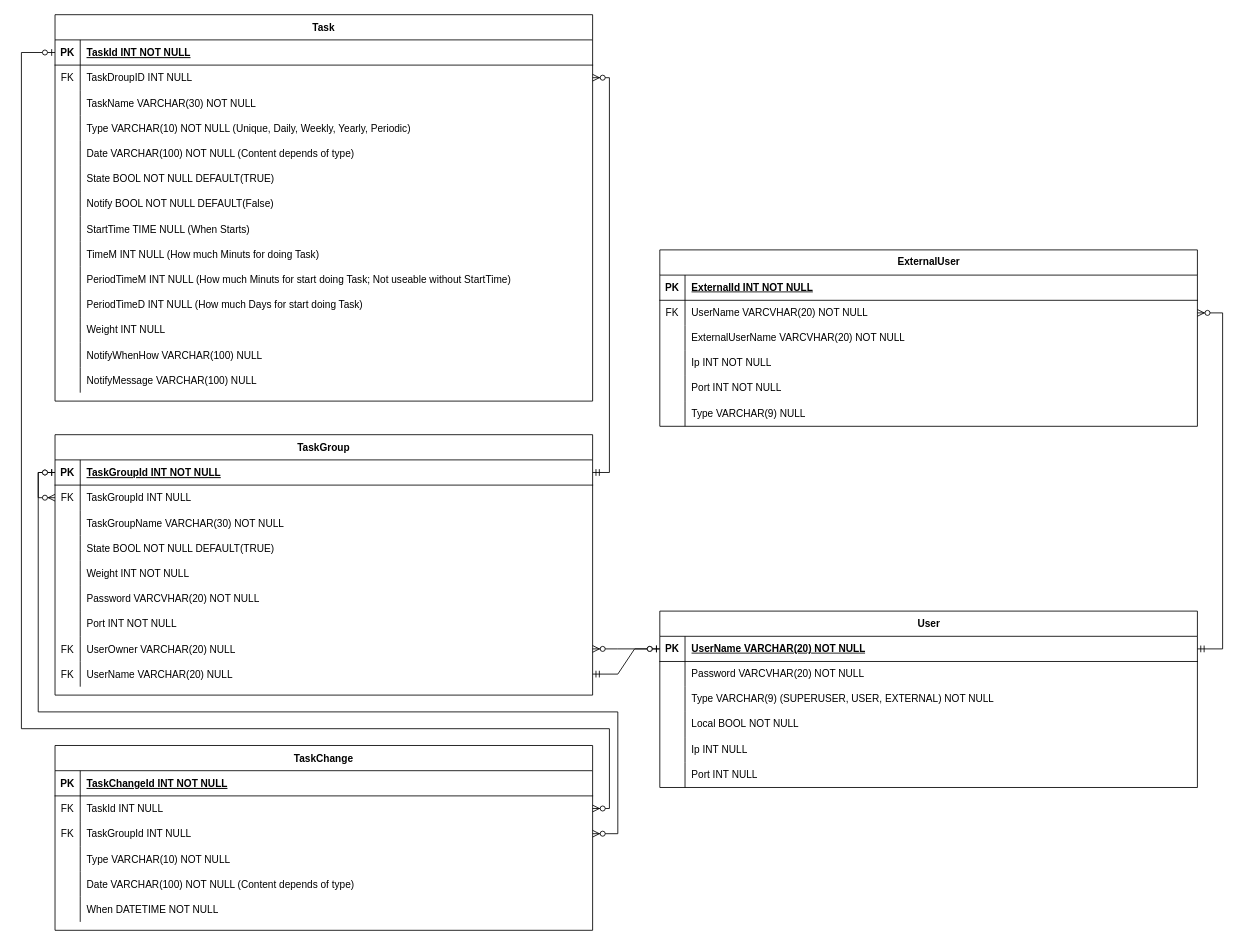
The draw.io diagram DiseñoBaseDeDatos.drawio in Gosha1030/ProyectoIntermodularGeorgii, before the edit. Source tidied: cells renumbered, new cells numbered last; positions are measured from the earlier drawing's top-left corner, leaving out a move shared by most shapes. Both pictures are drawn from the tidied source at 84%, with x=0, y=0 at pixel (21, 14).
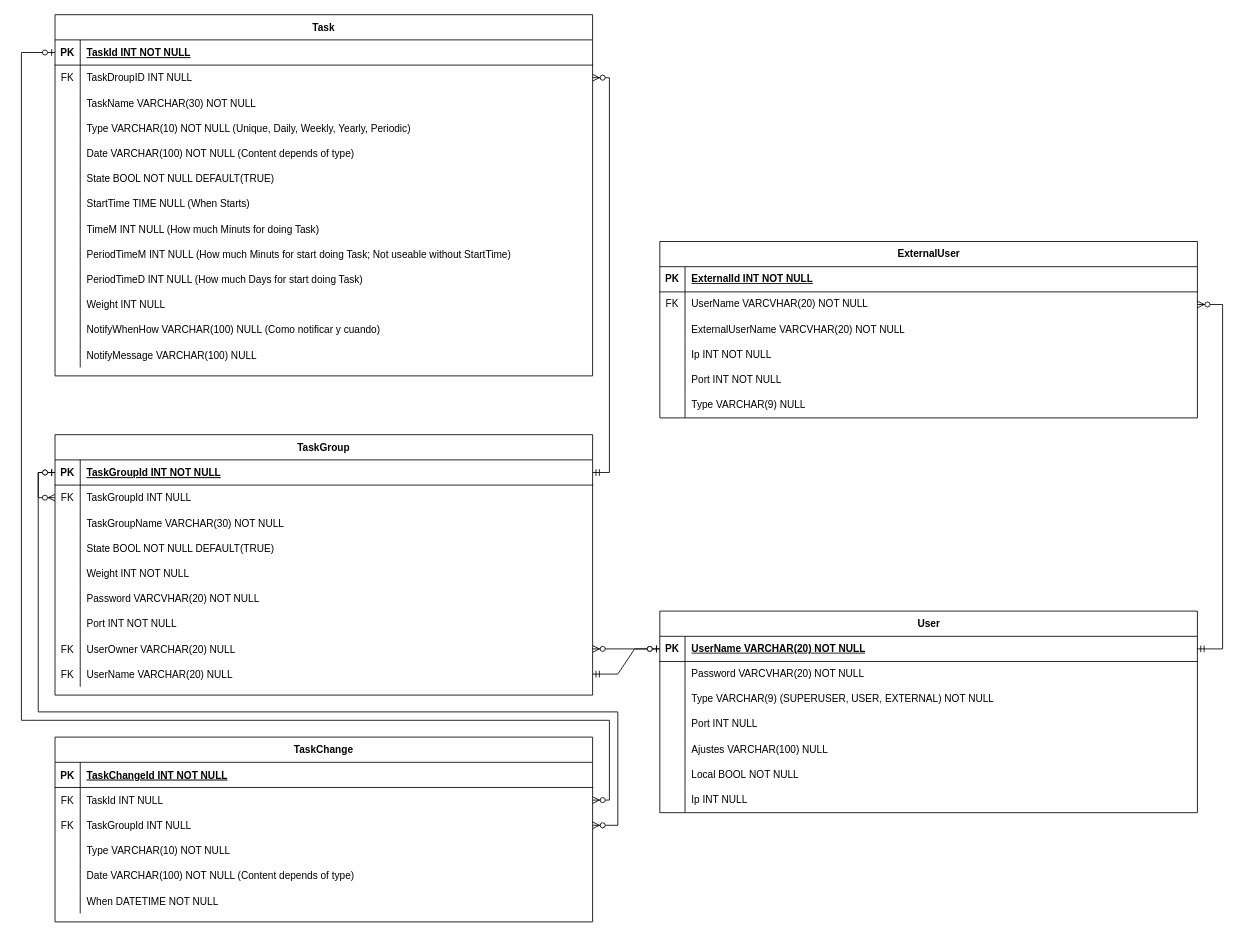
After the change.

Unchanged cells that the change refers to:
```xml
<mxCell id="3" style="shape=partialRectangle;fillColor=none;points=[[0,0.5],[1,0.5]];portConstraint=eastwest;top=0;left=0;right=0;bottom=1;" parent="2" vertex="1">
  <mxGeometry y="30" width="640" height="30" as="geometry" />
</mxCell>
<mxCell id="35" style="shape=partialRectangle;fillColor=none;points=[[0,0.5],[1,0.5]];portConstraint=eastwest;top=0;left=0;right=0;bottom=0;" parent="31" vertex="1">
  <mxGeometry y="60" width="640" height="30" as="geometry" />
</mxCell>
<mxCell id="38" style="shape=partialRectangle;fillColor=none;points=[[0,0.5],[1,0.5]];portConstraint=eastwest;top=0;left=0;right=0;bottom=0;" parent="31" vertex="1">
  <mxGeometry y="90" width="640" height="30" as="geometry" />
</mxCell>
<mxCell id="51" style="shape=partialRectangle;fillColor=none;points=[[0,0.5],[1,0.5]];portConstraint=eastwest;top=0;left=0;right=0;bottom=1;" parent="50" vertex="1">
  <mxGeometry y="30" width="640" height="30" as="geometry" />
</mxCell>
```

The edit, as a diff of the source:
```diff
@@
     <mxCell id="31" value="TaskChange" style="shape=table;startSize=30;childLayout=tableLayout;rowLines=0;fontStyle=1;align=center;" parent="1" vertex="1">
-      <mxGeometry x="40" y="870" width="640" height="220" as="geometry" />
+      <mxGeometry x="40" y="860" width="640" height="220" as="geometry" />
     </mxCell>
@@
     <mxCell id="50" value="Task" style="shape=table;startSize=30;childLayout=tableLayout;rowLines=0;fontStyle=1;align=center;" parent="1" vertex="1">
-      <mxGeometry x="40" width="640" height="460" as="geometry" />
+      <mxGeometry x="40" width="640" height="430" as="geometry" />
     </mxCell>
@@
-    <mxCell id="69" style="shape=partialRectangle;fillColor=none;top=0;left=0;right=0;bottom=0;" parent="50" vertex="1">
-      <mxGeometry y="210" width="640" height="30" as="geometry" />
-    </mxCell>
-    <mxCell id="70" style="shape=partialRectangle;overflow=hidden;fillColor=none;top=0;left=0;bottom=0;right=0;" parent="69" vertex="1">
-      <mxGeometry width="30" height="30" as="geometry" />
-    </mxCell>
-    <mxCell id="71" value="Notify BOOL NOT NULL DEFAULT(False)" style="shape=partialRectangle;overflow=hidden;fillColor=none;top=0;left=0;bottom=0;right=0;align=left;spacingLeft=6;" parent="69" vertex="1">
-      <mxGeometry x="30" width="610" height="30" as="geometry" />
-    </mxCell>
     <mxCell id="72" style="shape=partialRectangle;fillColor=none;top=0;left=0;right=0;bottom=0;" parent="50" vertex="1">
-      <mxGeometry y="240" width="640" height="30" as="geometry" />
+      <mxGeometry y="210" width="640" height="30" as="geometry" />
     </mxCell>
@@
     <mxCell id="75" style="shape=partialRectangle;fillColor=none;top=0;left=0;right=0;bottom=0;" parent="50" vertex="1">
-      <mxGeometry y="270" width="640" height="30" as="geometry" />
+      <mxGeometry y="240" width="640" height="30" as="geometry" />
     </mxCell>
@@
     <mxCell id="78" style="shape=partialRectangle;fillColor=none;top=0;left=0;right=0;bottom=0;" parent="50" vertex="1">
-      <mxGeometry y="300" width="640" height="30" as="geometry" />
+      <mxGeometry y="270" width="640" height="30" as="geometry" />
     </mxCell>
@@
     <mxCell id="81" style="shape=partialRectangle;fillColor=none;top=0;left=0;right=0;bottom=0;" parent="50" vertex="1">
-      <mxGeometry y="330" width="640" height="30" as="geometry" />
+      <mxGeometry y="300" width="640" height="30" as="geometry" />
     </mxCell>
@@
     <mxCell id="84" style="shape=partialRectangle;fillColor=none;top=0;left=0;right=0;bottom=0;" parent="50" vertex="1">
-      <mxGeometry y="360" width="640" height="30" as="geometry" />
+      <mxGeometry y="330" width="640" height="30" as="geometry" />
     </mxCell>
@@
     <mxCell id="87" style="shape=partialRectangle;fillColor=none;top=0;left=0;right=0;bottom=0;" parent="50" vertex="1">
-      <mxGeometry y="390" width="640" height="30" as="geometry" />
+      <mxGeometry y="360" width="640" height="30" as="geometry" />
     </mxCell>
@@
-    <mxCell id="89" value="NotifyWhenHow VARCHAR(100) NULL" style="shape=partialRectangle;overflow=hidden;fillColor=none;top=0;left=0;bottom=0;right=0;align=left;spacingLeft=6;" parent="87" vertex="1">
+    <mxCell id="89" value="NotifyWhenHow VARCHAR(100) NULL (Como notificar y cuando)" style="shape=partialRectangle;overflow=hidden;fillColor=none;top=0;left=0;bottom=0;right=0;align=left;spacingLeft=6;" parent="87" vertex="1">
       <mxGeometry x="30" width="610" height="30" as="geometry" />
     </mxCell>
     <mxCell id="90" style="shape=partialRectangle;fillColor=none;top=0;left=0;right=0;bottom=0;" parent="50" vertex="1">
-      <mxGeometry y="420" width="640" height="30" as="geometry" />
+      <mxGeometry y="390" width="640" height="30" as="geometry" />
     </mxCell>
@@
     <mxCell id="93" value="User" style="shape=table;startSize=30;childLayout=tableLayout;rowLines=0;fontStyle=1;align=center;html=1;" parent="1" vertex="1">
-      <mxGeometry x="760" y="710" width="640" height="210" as="geometry" />
+      <mxGeometry x="760" y="710" width="640" height="240" as="geometry" />
     </mxCell>
@@
+    <mxCell id="109" style="shape=tableRow;horizontal=0;startSize=0;swimlaneHead=0;swimlaneBody=0;fillColor=none;top=0;left=0;right=0;bottom=0;" parent="93" vertex="1">
+      <mxGeometry y="120" width="640" height="30" as="geometry" />
+    </mxCell>
+    <mxCell id="110" style="shape=partialRectangle;fillColor=none;top=0;left=0;bottom=0;right=0;overflow=hidden;whiteSpace=wrap;html=1;" parent="109" vertex="1">
+      <mxGeometry width="30" height="30" as="geometry" />
+    </mxCell>
+    <mxCell id="111" value="Port INT&lt;span style=&quot;text-wrap-mode: nowrap;&quot;&gt;&amp;nbsp;NULL&lt;/span&gt;" style="shape=partialRectangle;fillColor=none;top=0;left=0;bottom=0;right=0;align=left;spacingLeft=6;overflow=hidden;whiteSpace=wrap;html=1;" parent="109" vertex="1">
+      <mxGeometry x="30" width="610" height="30" as="geometry" />
+    </mxCell>
+    <mxCell id="137" style="shape=tableRow;horizontal=0;startSize=0;swimlaneHead=0;swimlaneBody=0;fillColor=none;top=0;left=0;right=0;bottom=0;" parent="93" vertex="1">
+      <mxGeometry y="150" width="640" height="30" as="geometry" />
+    </mxCell>
+    <mxCell id="138" style="shape=partialRectangle;fillColor=none;top=0;left=0;bottom=0;right=0;overflow=hidden;whiteSpace=wrap;html=1;" parent="137" vertex="1">
+      <mxGeometry width="30" height="30" as="geometry" />
+    </mxCell>
+    <mxCell id="139" value="Ajustes VARCHAR(100) NULL" style="shape=partialRectangle;fillColor=none;top=0;left=0;bottom=0;right=0;align=left;spacingLeft=6;overflow=hidden;whiteSpace=wrap;html=1;" parent="137" vertex="1">
+      <mxGeometry x="30" width="610" height="30" as="geometry" />
+    </mxCell>
     <mxCell id="103" style="shape=tableRow;horizontal=0;startSize=0;swimlaneHead=0;swimlaneBody=0;fillColor=none;top=0;left=0;right=0;bottom=0;" parent="93" vertex="1">
-      <mxGeometry y="120" width="640" height="30" as="geometry" />
+      <mxGeometry y="180" width="640" height="30" as="geometry" />
     </mxCell>
@@
     <mxCell id="106" style="shape=tableRow;horizontal=0;startSize=0;swimlaneHead=0;swimlaneBody=0;fillColor=none;top=0;left=0;right=0;bottom=0;" parent="93" vertex="1">
-      <mxGeometry y="150" width="640" height="30" as="geometry" />
+      <mxGeometry y="210" width="640" height="30" as="geometry" />
     </mxCell>
@@
-    <mxCell id="109" style="shape=tableRow;horizontal=0;startSize=0;swimlaneHead=0;swimlaneBody=0;fillColor=none;top=0;left=0;right=0;bottom=0;" parent="93" vertex="1">
-      <mxGeometry y="180" width="640" height="30" as="geometry" />
-    </mxCell>
-    <mxCell id="110" style="shape=partialRectangle;fillColor=none;top=0;left=0;bottom=0;right=0;overflow=hidden;whiteSpace=wrap;html=1;" parent="109" vertex="1">
-      <mxGeometry width="30" height="30" as="geometry" />
-    </mxCell>
-    <mxCell id="111" value="Port INT&lt;span style=&quot;text-wrap-mode: nowrap;&quot;&gt;&amp;nbsp;NULL&lt;/span&gt;" style="shape=partialRectangle;fillColor=none;top=0;left=0;bottom=0;right=0;align=left;spacingLeft=6;overflow=hidden;whiteSpace=wrap;html=1;" parent="109" vertex="1">
-      <mxGeometry x="30" width="610" height="30" as="geometry" />
-    </mxCell>
@@
     <mxCell id="113" style="edgeStyle=orthogonalEdgeStyle;fontSize=12;html=1;endArrow=ERzeroToMany;startArrow=ERzeroToOne;rounded=0;exitX=0;exitY=0.5;exitDx=0;exitDy=0;entryX=1;entryY=0.5;entryDx=0;entryDy=0;" parent="1" edge="1" source="3" target="38">
       <mxGeometry relative="1" as="geometry">
         <Array as="points">
           <mxPoint x="20" y="545" />
           <mxPoint x="20" y="830" />
           <mxPoint x="710" y="830" />
-          <mxPoint x="710" y="975" />
+          <mxPoint x="710" y="965" />
         </Array>
       </mxGeometry>
     </mxCell>
@@
     <mxCell id="115" style="edgeStyle=orthogonalEdgeStyle;fontSize=12;html=1;endArrow=ERzeroToMany;startArrow=ERzeroToOne;rounded=0;entryX=1;entryY=0.5;entryDx=0;entryDy=0;exitX=0;exitY=0.5;exitDx=0;exitDy=0;" parent="1" edge="1" source="51" target="35">
       <mxGeometry relative="1" as="geometry">
         <Array as="points">
           <mxPoint y="45" />
-          <mxPoint y="850" />
-          <mxPoint x="700" y="850" />
-          <mxPoint x="700" y="945" />
+          <mxPoint y="840" />
+          <mxPoint x="700" y="840" />
+          <mxPoint x="700" y="935" />
         </Array>
       </mxGeometry>
     </mxCell>
     <mxCell id="116" value="ExternalUser" style="shape=table;startSize=30;childLayout=tableLayout;rowLines=0;fontStyle=1;align=center;html=1;" parent="1" vertex="1">
-      <mxGeometry x="760" y="280" width="640" height="210" as="geometry" />
+      <mxGeometry x="760" y="270" width="640" height="210" as="geometry" />
     </mxCell>
```
